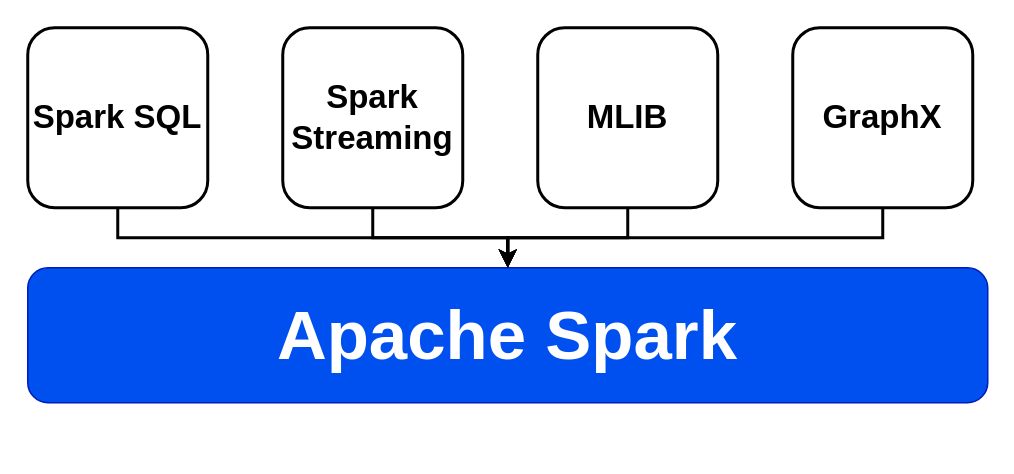
praneethpvs/apache-spark keeps this draw.io diagram as images/spark.drawio. Above is the earlier version. Source tidied: cells renumbered, new cells numbered last; positions are measured from the earlier drawing's top-left corner, leaving out a move shared by most shapes. Both pictures are drawn from the tidied source at 150%, with x=0, y=0 at pixel (27, 27).
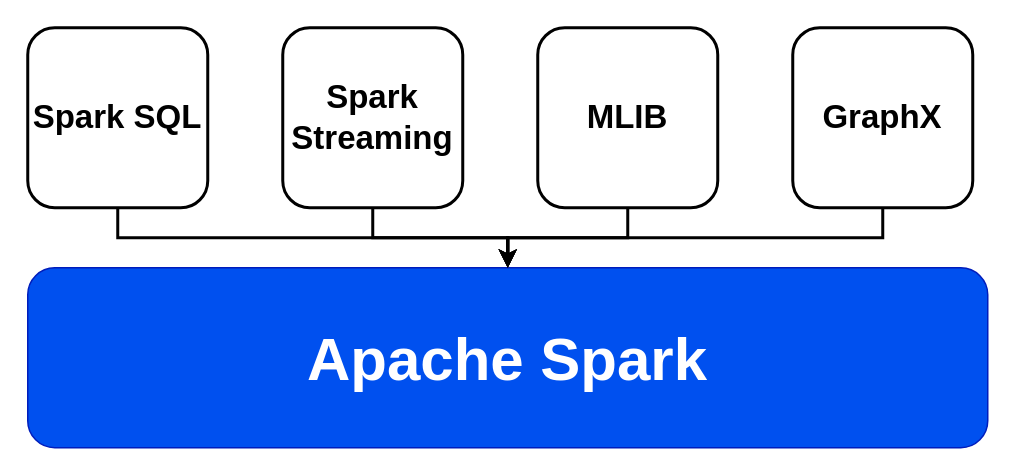
The same page after the edit.

Diff of the diagram source:
```diff
@@
 <mxGraphModel>
   <root>
     <mxCell id="0" />
     <mxCell id="1" parent="0" />
-    <mxCell id="2" value="Apache Spark" style="rounded=1;whiteSpace=wrap;html=1;fillColor=#0050ef;strokeColor=#001DBC;fontColor=#ffffff;fontStyle=1;fontSize=46;" parent="1" vertex="1">
-      <mxGeometry y="160" width="640" height="90" as="geometry" />
+    <mxCell id="2" style="rounded=1;whiteSpace=wrap;html=1;fillColor=#0050ef;strokeColor=#001DBC;fontColor=#ffffff;fontStyle=1;fontSize=40;" parent="1" vertex="1">
+      <mxGeometry y="160" width="640" height="120" as="geometry" />
     </mxCell>
     <mxCell id="3" style="edgeStyle=orthogonalEdgeStyle;rounded=0;jettySize=auto;html=1;fontSize=22;strokeWidth=2;" parent="1" edge="1" source="4" target="2">
       <mxGeometry relative="1" as="geometry" />
     </mxCell>
     <mxCell id="4" value="&lt;font style=&quot;font-size: 22px;&quot;&gt;Spark SQL&lt;/font&gt;" style="rounded=1;whiteSpace=wrap;html=1;fontSize=22;strokeWidth=2;fontStyle=1;" parent="1" vertex="1">
       <mxGeometry width="120" height="120" as="geometry" />
     </mxCell>
     <mxCell id="5" style="edgeStyle=orthogonalEdgeStyle;rounded=0;jettySize=auto;html=1;fontSize=22;strokeWidth=2;" parent="1" edge="1" source="6" target="2">
       <mxGeometry relative="1" as="geometry" />
     </mxCell>
     <mxCell id="6" value="Spark Streaming" style="rounded=1;whiteSpace=wrap;html=1;fontSize=22;strokeWidth=2;fontStyle=1;" parent="1" vertex="1">
       <mxGeometry x="170" width="120" height="120" as="geometry" />
     </mxCell>
     <mxCell id="7" style="edgeStyle=orthogonalEdgeStyle;rounded=0;jettySize=auto;html=1;fontSize=22;strokeWidth=2;" parent="1" edge="1" source="8" target="2">
       <mxGeometry relative="1" as="geometry" />
     </mxCell>
     <mxCell id="8" value="MLIB" style="rounded=1;whiteSpace=wrap;html=1;fontSize=22;strokeWidth=2;fontStyle=1;" parent="1" vertex="1">
       <mxGeometry x="340" width="120" height="120" as="geometry" />
     </mxCell>
     <mxCell id="9" style="edgeStyle=orthogonalEdgeStyle;rounded=0;jettySize=auto;html=1;fontSize=22;strokeWidth=2;" parent="1" edge="1" source="10" target="2">
       <mxGeometry relative="1" as="geometry" />
     </mxCell>
     <mxCell id="10" value="GraphX" style="rounded=1;whiteSpace=wrap;html=1;fontSize=22;strokeWidth=2;fontStyle=1;" parent="1" vertex="1">
       <mxGeometry x="510" width="120" height="120" as="geometry" />
     </mxCell>
+    <mxCell id="11" value="Apache Spark" style="text;html=1;strokeColor=none;fillColor=none;align=center;verticalAlign=middle;whiteSpace=wrap;rounded=0;fontSize=40;fontStyle=1;fontColor=#FFFFFF;" parent="1" vertex="1">
+      <mxGeometry x="175" y="190" width="290" height="60" as="geometry" />
+    </mxCell>
   </root>
 </mxGraphModel>
```
